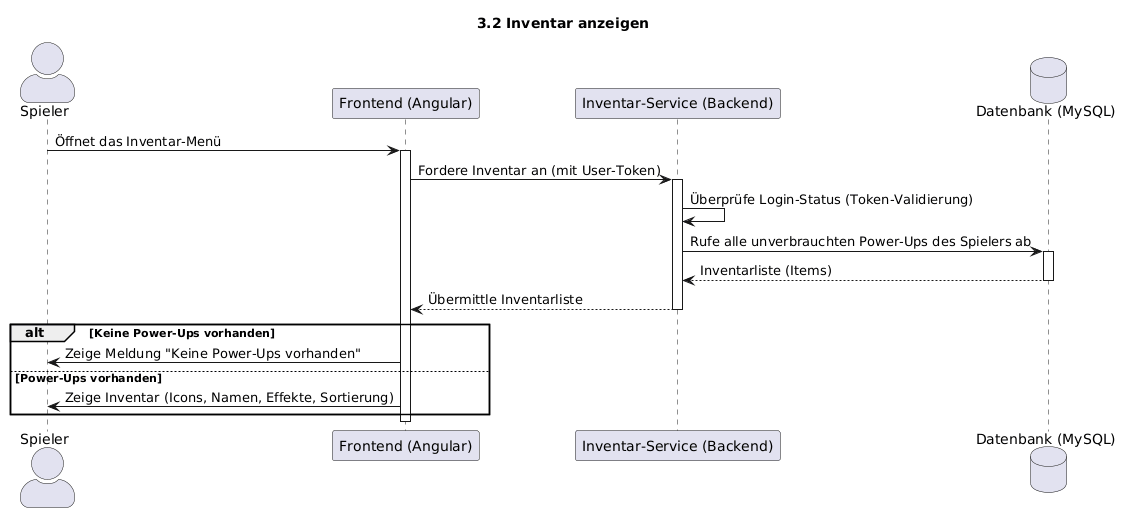
Before: docs/assets/Sequenzdiagramme/Sequenzdiagramm Inventar anzeigen.png, a diagram exported from PlantUML (JustinKaram14/BetCeption).
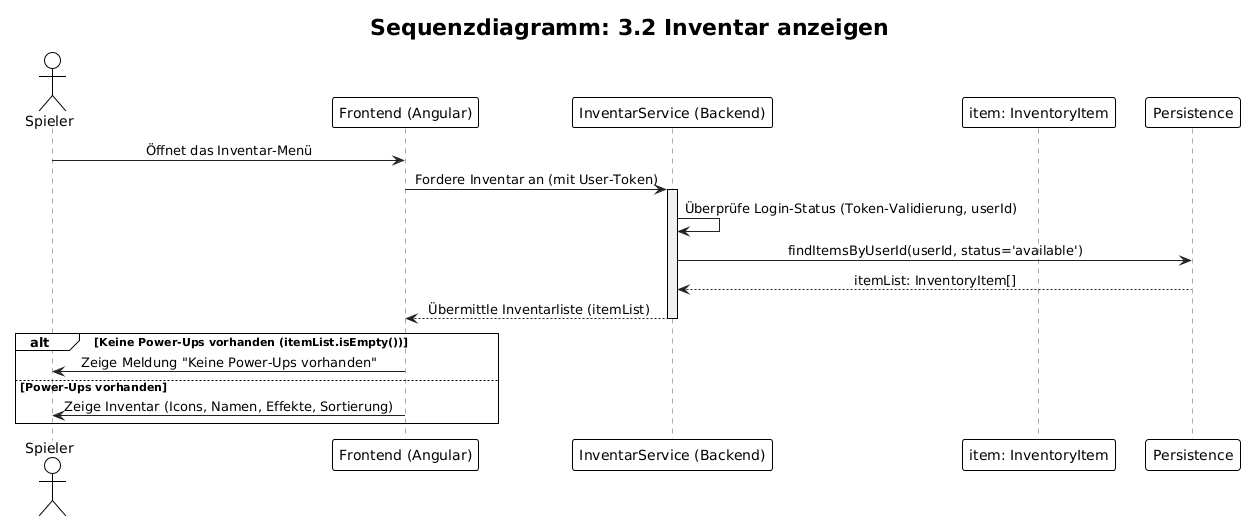
After the commit.

The edit, as a diff of the source:
```diff
@@ -1,34 +1,42 @@
 @startuml
-title 3.2 Inventar anzeigen
+!theme plain
+title "Sequenzdiagramm: 3.2 Inventar anzeigen"
 
-skinparam sequenceActorStyle awesome
+actor Spieler
+participant "Frontend (Angular)" as Frontend
+participant "InventarService (Backend)" as Service
 
-actor "Spieler" as user
-participant "Frontend (Angular)" as frontend
-participant "Inventar-Service (Backend)" as backend
-database "Datenbank (MySQL)" as db
+participant "item: InventoryItem" as Item
+participant "Persistence" as DB
 
-user -> frontend: Öffnet das Inventar-Menü
-activate frontend
+skinparam sequence {
+    ParticipantBorderColor #333
+    ParticipantBackgroundColor #EEE
+    ActorBorderColor #333
 
-frontend -> backend: Fordere Inventar an (mit User-Token)
-activate backend
+    LifeLineBorderColor #AAA
+    LifeLineBackgroundColor #F0F0F0
 
-backend -> backend: Überprüfe Login-Status (Token-Validierung)
+    ArrowColor #222
+    MessageAlign center
+}
 
-backend -> db: Rufe alle unverbrauchten Power-Ups des Spielers ab
-activate db
-db --> backend: Inventarliste (Items)
-deactivate db
+Spieler -> Frontend: Öffnet das Inventar-Menü
+Frontend -> Service: Fordere Inventar an (mit User-Token)
+activate Service
 
-backend --> frontend: Übermittle Inventarliste
-deactivate backend
+    Service -> Service: Überprüfe Login-Status (Token-Validierung, userId)
 
-alt Keine Power-Ups vorhanden
-frontend -> user: Zeige Meldung "Keine Power-Ups vorhanden"
+    Service -> DB: findItemsByUserId(userId, status='available')
+    DB --> Service: itemList: InventoryItem[]
+
+
+    Service --> Frontend: Übermittle Inventarliste (itemList)
+deactivate Service
+
+alt Keine Power-Ups vorhanden (itemList.isEmpty())
+    Frontend -> Spieler: Zeige Meldung "Keine Power-Ups vorhanden"
 else Power-Ups vorhanden
-frontend -> user: Zeige Inventar (Icons, Namen, Effekte, Sortierung)
+    Frontend -> Spieler: Zeige Inventar (Icons, Namen, Effekte, Sortierung)
 end
-
-deactivate frontend
 @enduml
```
